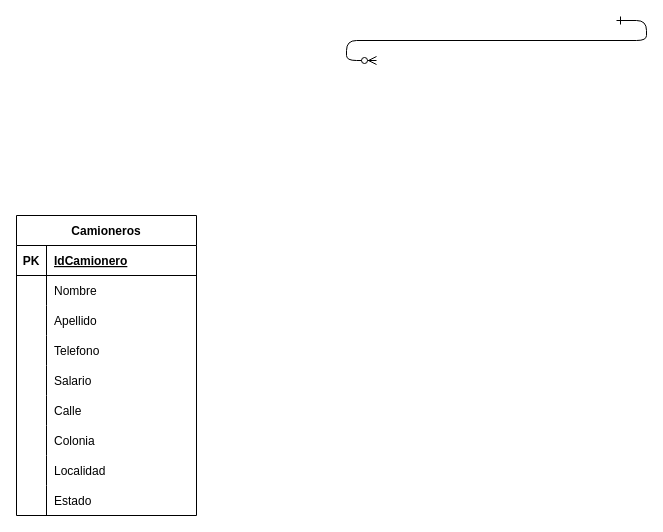
The draw.io diagram Transportes.drawio in DanielaaER/Base-de-Datos, before the edit. Source tidied: cells renumbered, new cells numbered last; positions are measured from the earlier drawing's top-left corner, leaving out a move shared by most shapes. Both pictures are drawn from the tidied source at 100%, with x=0, y=0 at pixel (16, 20).
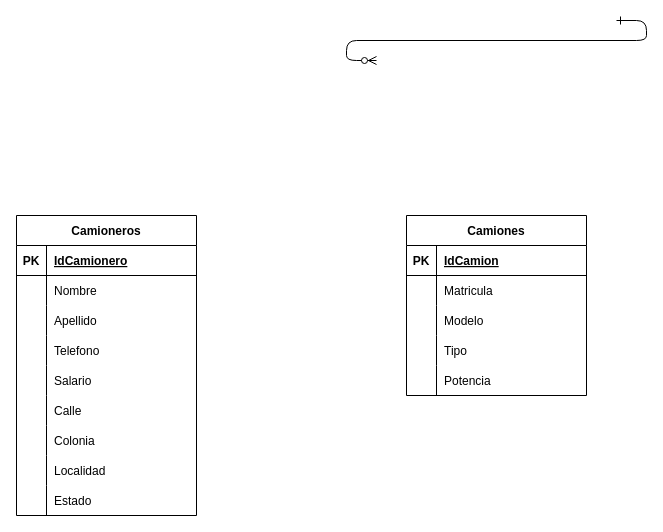
After the change.

Commit message:
Agregue tabla camiones

Change to the diagram source:
```diff
@@
+    <mxCell id="31" value="Camiones" style="shape=table;startSize=30;childLayout=tableLayout;rowLines=0;fontStyle=1;align=center;" parent="1" vertex="1">
+      <mxGeometry x="390" y="195" width="180" height="180" as="geometry" />
+    </mxCell>
+    <mxCell id="32" style="shape=tableRow;horizontal=0;startSize=0;swimlaneHead=0;swimlaneBody=0;fillColor=none;top=0;left=0;right=0;bottom=1;" parent="31" vertex="1">
+      <mxGeometry y="30" width="180" height="30" as="geometry" />
+    </mxCell>
+    <mxCell id="33" value="PK" style="shape=partialRectangle;fillColor=none;top=0;left=0;bottom=0;right=0;fontStyle=1;overflow=hidden;" parent="32" vertex="1">
+      <mxGeometry width="30" height="30" as="geometry" />
+    </mxCell>
+    <mxCell id="34" value="IdCamion" style="shape=partialRectangle;fillColor=none;top=0;left=0;bottom=0;right=0;align=left;spacingLeft=6;fontStyle=5;overflow=hidden;" parent="32" vertex="1">
+      <mxGeometry x="30" width="150" height="30" as="geometry" />
+    </mxCell>
+    <mxCell id="35" style="shape=tableRow;horizontal=0;startSize=0;swimlaneHead=0;swimlaneBody=0;fillColor=none;top=0;left=0;right=0;bottom=0;" parent="31" vertex="1">
+      <mxGeometry y="60" width="180" height="30" as="geometry" />
+    </mxCell>
+    <mxCell id="36" style="shape=partialRectangle;fillColor=none;top=0;left=0;bottom=0;right=0;overflow=hidden;" parent="35" vertex="1">
+      <mxGeometry width="30" height="30" as="geometry" />
+    </mxCell>
+    <mxCell id="37" value="Matricula" style="shape=partialRectangle;fillColor=none;top=0;left=0;bottom=0;right=0;align=left;spacingLeft=6;overflow=hidden;" parent="35" vertex="1">
+      <mxGeometry x="30" width="150" height="30" as="geometry" />
+    </mxCell>
+    <mxCell id="38" style="shape=tableRow;horizontal=0;startSize=0;swimlaneHead=0;swimlaneBody=0;fillColor=none;top=0;left=0;right=0;bottom=0;" parent="31" vertex="1">
+      <mxGeometry y="90" width="180" height="30" as="geometry" />
+    </mxCell>
+    <mxCell id="39" style="shape=partialRectangle;fillColor=none;top=0;left=0;bottom=0;right=0;overflow=hidden;" parent="38" vertex="1">
+      <mxGeometry width="30" height="30" as="geometry" />
+    </mxCell>
+    <mxCell id="40" value="Modelo" style="shape=partialRectangle;fillColor=none;top=0;left=0;bottom=0;right=0;align=left;spacingLeft=6;overflow=hidden;" parent="38" vertex="1">
+      <mxGeometry x="30" width="150" height="30" as="geometry" />
+    </mxCell>
+    <mxCell id="41" style="shape=tableRow;horizontal=0;startSize=0;swimlaneHead=0;swimlaneBody=0;fillColor=none;top=0;left=0;right=0;bottom=0;" parent="31" vertex="1">
+      <mxGeometry y="120" width="180" height="30" as="geometry" />
+    </mxCell>
+    <mxCell id="42" style="shape=partialRectangle;fillColor=none;top=0;left=0;bottom=0;right=0;overflow=hidden;" parent="41" vertex="1">
+      <mxGeometry width="30" height="30" as="geometry" />
+    </mxCell>
+    <mxCell id="43" value="Tipo" style="shape=partialRectangle;fillColor=none;top=0;left=0;bottom=0;right=0;align=left;spacingLeft=6;overflow=hidden;" parent="41" vertex="1">
+      <mxGeometry x="30" width="150" height="30" as="geometry" />
+    </mxCell>
+    <mxCell id="44" style="shape=tableRow;horizontal=0;startSize=0;swimlaneHead=0;swimlaneBody=0;fillColor=none;top=0;left=0;right=0;bottom=0;" parent="31" vertex="1">
+      <mxGeometry y="150" width="180" height="30" as="geometry" />
+    </mxCell>
+    <mxCell id="45" style="shape=partialRectangle;fillColor=none;top=0;left=0;bottom=0;right=0;overflow=hidden;" parent="44" vertex="1">
+      <mxGeometry width="30" height="30" as="geometry" />
+    </mxCell>
+    <mxCell id="46" value="Potencia" style="shape=partialRectangle;fillColor=none;top=0;left=0;bottom=0;right=0;align=left;spacingLeft=6;overflow=hidden;" parent="44" vertex="1">
+      <mxGeometry x="30" width="150" height="30" as="geometry" />
+    </mxCell>
```
